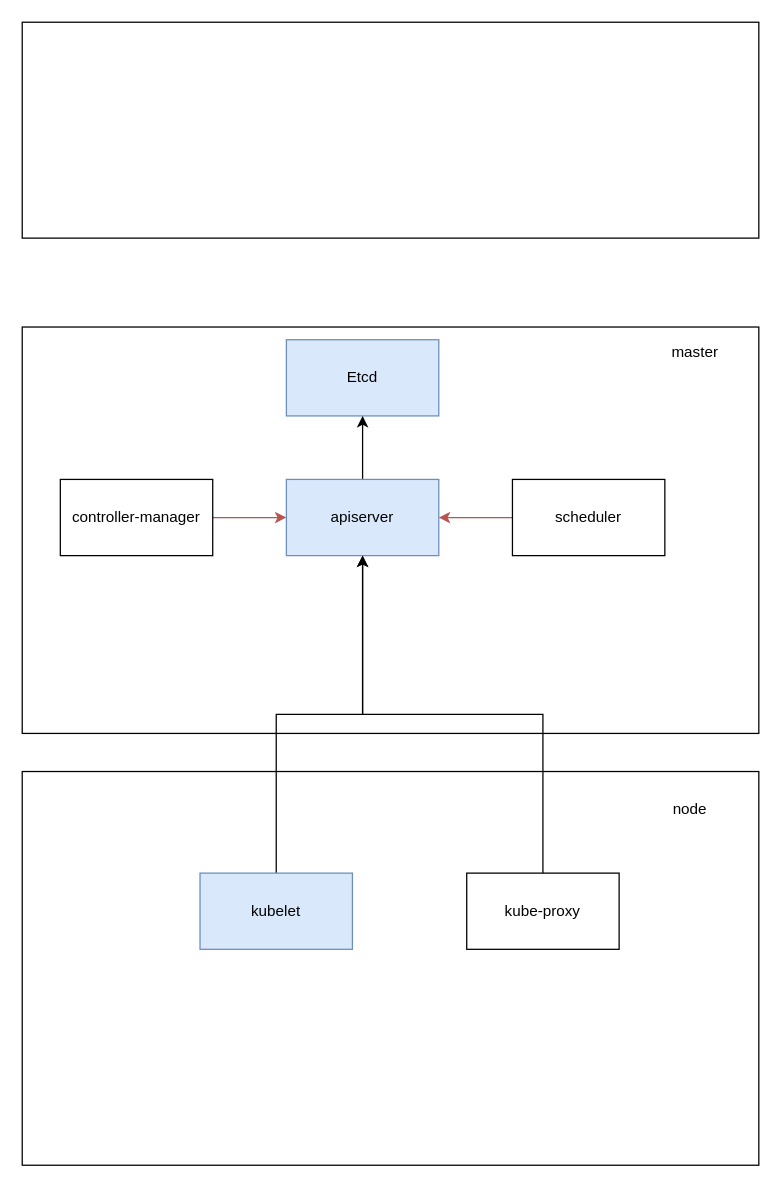
This is 未命名表单.drawio from helios741/plan, a draw.io file, before an edit. Source tidied: cells renumbered, new cells numbered last; positions are measured from the earlier drawing's top-left corner, leaving out a move shared by most shapes. Both pictures are drawn from the tidied source at 127%, with x=0, y=0 at pixel (22, 22).
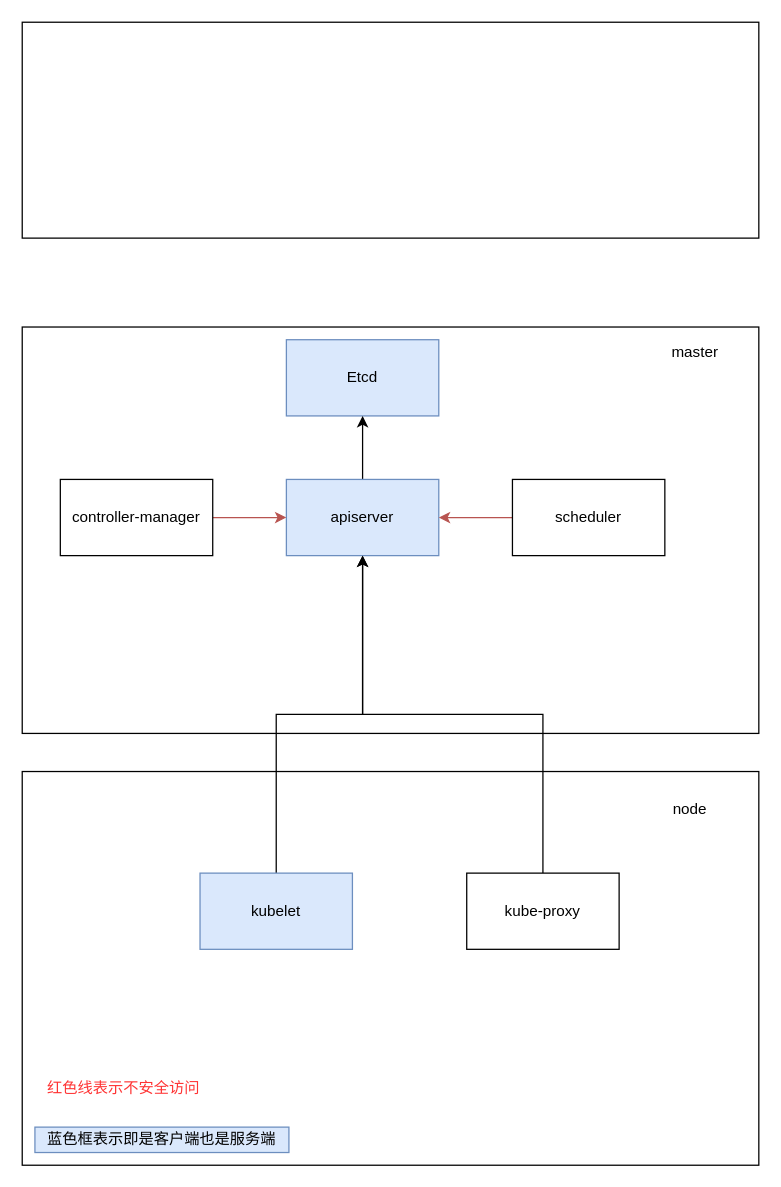
After the change.

Commit message:
更新未命名表单.drawio

Diff of the diagram source:
```diff
@@
 <mxGraphModel>
   <root>
     <mxCell id="0" />
     <mxCell id="1" parent="0" />
     <mxCell id="2" style="rounded=0;whiteSpace=wrap;html=1;" parent="1" vertex="1">
       <mxGeometry y="240" width="580" height="320" as="geometry" />
     </mxCell>
     <mxCell id="3" value="Etcd" style="rounded=0;whiteSpace=wrap;html=1;fillColor=#dae8fc;strokeColor=#6c8ebf;" parent="1" vertex="1">
       <mxGeometry x="208" y="250" width="120" height="60" as="geometry" />
     </mxCell>
     <mxCell id="4" style="edgeStyle=orthogonalEdgeStyle;rounded=0;jettySize=auto;html=1;" parent="1" edge="1" source="5" target="3">
       <mxGeometry relative="1" as="geometry" />
     </mxCell>
     <mxCell id="5" value="apiserver" style="rounded=0;whiteSpace=wrap;html=1;fillColor=#dae8fc;strokeColor=#6c8ebf;" parent="1" vertex="1">
       <mxGeometry x="208" y="360" width="120" height="60" as="geometry" />
     </mxCell>
     <mxCell id="6" style="edgeStyle=orthogonalEdgeStyle;rounded=0;jettySize=auto;html=1;fillColor=#f8cecc;strokeColor=#b85450;" parent="1" edge="1" source="7" target="5">
       <mxGeometry relative="1" as="geometry" />
     </mxCell>
     <mxCell id="7" value="controller-manager" style="rounded=0;whiteSpace=wrap;html=1;" parent="1" vertex="1">
       <mxGeometry x="30" y="360" width="120" height="60" as="geometry" />
     </mxCell>
     <mxCell id="8" style="edgeStyle=orthogonalEdgeStyle;rounded=0;jettySize=auto;html=1;fillColor=#f8cecc;strokeColor=#b85450;" parent="1" edge="1" source="9" target="5">
       <mxGeometry relative="1" as="geometry" />
     </mxCell>
     <mxCell id="9" value="scheduler" style="rounded=0;whiteSpace=wrap;html=1;" parent="1" vertex="1">
       <mxGeometry x="386" y="360" width="120" height="60" as="geometry" />
     </mxCell>
     <mxCell id="10" style="rounded=0;whiteSpace=wrap;html=1;" parent="1" vertex="1">
       <mxGeometry y="590" width="580" height="310" as="geometry" />
     </mxCell>
     <mxCell id="11" style="edgeStyle=orthogonalEdgeStyle;rounded=0;jettySize=auto;html=1;" parent="1" edge="1" source="12" target="5">
       <mxGeometry relative="1" as="geometry" />
     </mxCell>
     <mxCell id="12" value="kubelet" style="rounded=0;whiteSpace=wrap;html=1;fillColor=#dae8fc;strokeColor=#6c8ebf;" parent="1" vertex="1">
       <mxGeometry x="140" y="670" width="120" height="60" as="geometry" />
     </mxCell>
     <mxCell id="13" style="edgeStyle=orthogonalEdgeStyle;rounded=0;jettySize=auto;html=1;exitX=0.5;exitY=0;exitDx=0;exitDy=0;entryX=0.5;entryY=1;entryDx=0;entryDy=0;" parent="1" edge="1" source="14" target="5">
       <mxGeometry relative="1" as="geometry" />
     </mxCell>
     <mxCell id="14" value="kube-proxy" style="rounded=0;whiteSpace=wrap;html=1;" parent="1" vertex="1">
       <mxGeometry x="350" y="670" width="120" height="60" as="geometry" />
     </mxCell>
     <mxCell id="15" value="master" style="text;html=1;strokeColor=none;fillColor=none;align=center;verticalAlign=middle;whiteSpace=wrap;rounded=0;" parent="1" vertex="1">
       <mxGeometry x="510" y="250" width="40" height="20" as="geometry" />
     </mxCell>
     <mxCell id="16" value="node" style="text;html=1;strokeColor=none;fillColor=none;align=center;verticalAlign=middle;whiteSpace=wrap;rounded=0;" parent="1" vertex="1">
       <mxGeometry x="506" y="610" width="40" height="20" as="geometry" />
     </mxCell>
     <mxCell id="17" style="rounded=0;whiteSpace=wrap;html=1;" parent="1" vertex="1">
       <mxGeometry width="580" height="170" as="geometry" />
     </mxCell>
+    <mxCell id="18" value="红色线表示不安全访问" style="text;html=1;strokeColor=none;fillColor=none;align=center;verticalAlign=middle;whiteSpace=wrap;rounded=0;fontColor=#FF3333;" parent="1" vertex="1">
+      <mxGeometry x="10" y="830" width="140" height="20" as="geometry" />
+    </mxCell>
+    <mxCell id="19" value="蓝色框表示即是客户端也是服务端" style="text;html=1;strokeColor=#6c8ebf;fillColor=#dae8fc;align=center;verticalAlign=middle;whiteSpace=wrap;rounded=0;" parent="1" vertex="1">
+      <mxGeometry x="10" y="870" width="200" height="20" as="geometry" />
+    </mxCell>
   </root>
 </mxGraphModel>
```
